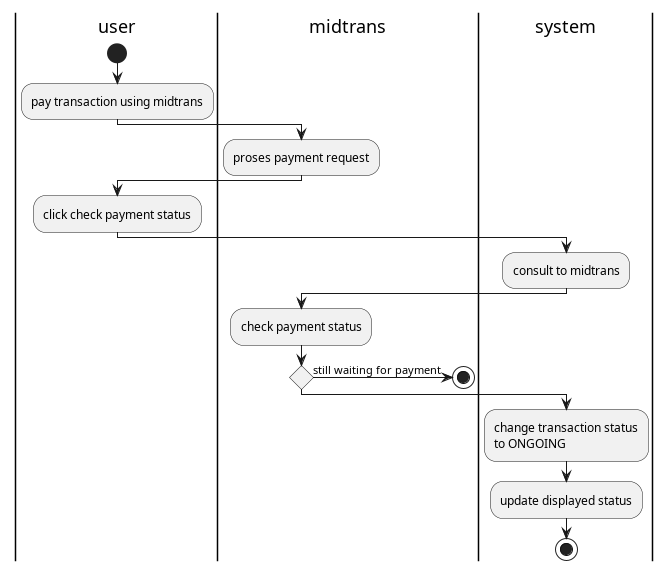
Above: thesis/latex/diagram/activity diagram/15. transaction/pay transaction/pay trx.png in aldihsuhandi/skripsi-2023 (PlantUML), before the change.
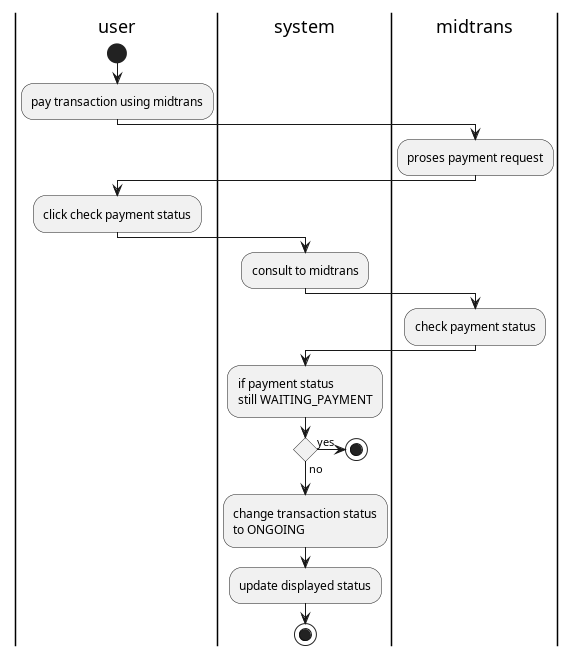
Later version of the same file.

What changed in the source:
```diff
@@ -3,6 +3,7 @@
 |user|
 start
 :pay transaction using midtrans;
+|system|
 |midtrans|
 :proses payment request;
 |user|
@@ -11,8 +12,12 @@
 :consult to midtrans;
 |midtrans|
 :check payment status;
-if() then(still waiting for payment)
-stop
+|system|
+:if payment status
+still WAITING_PAYMENT;
+if() then(yes)
+    stop
+else (no)
 endif
 |system|
 :change transaction status\nto ONGOING;
```
